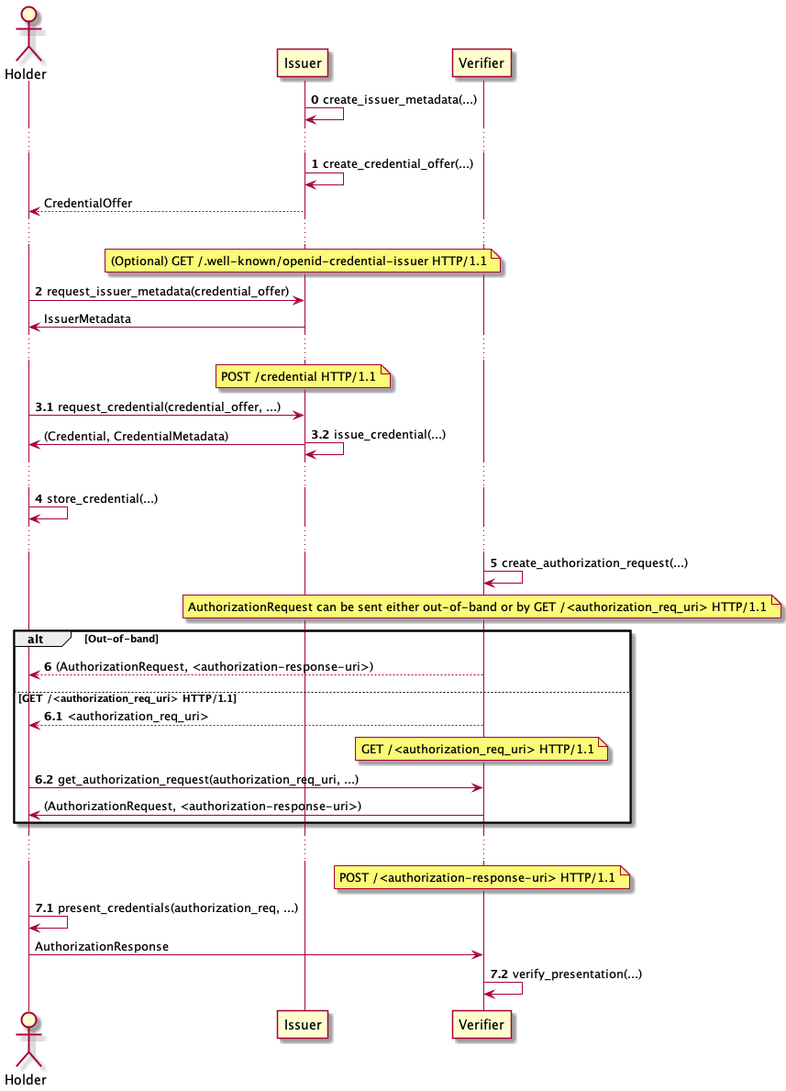
This is docs/facade-oid4vc.png from equs-ai/equs-credentials-sdk, a PlantUML export, as it was before one commit.
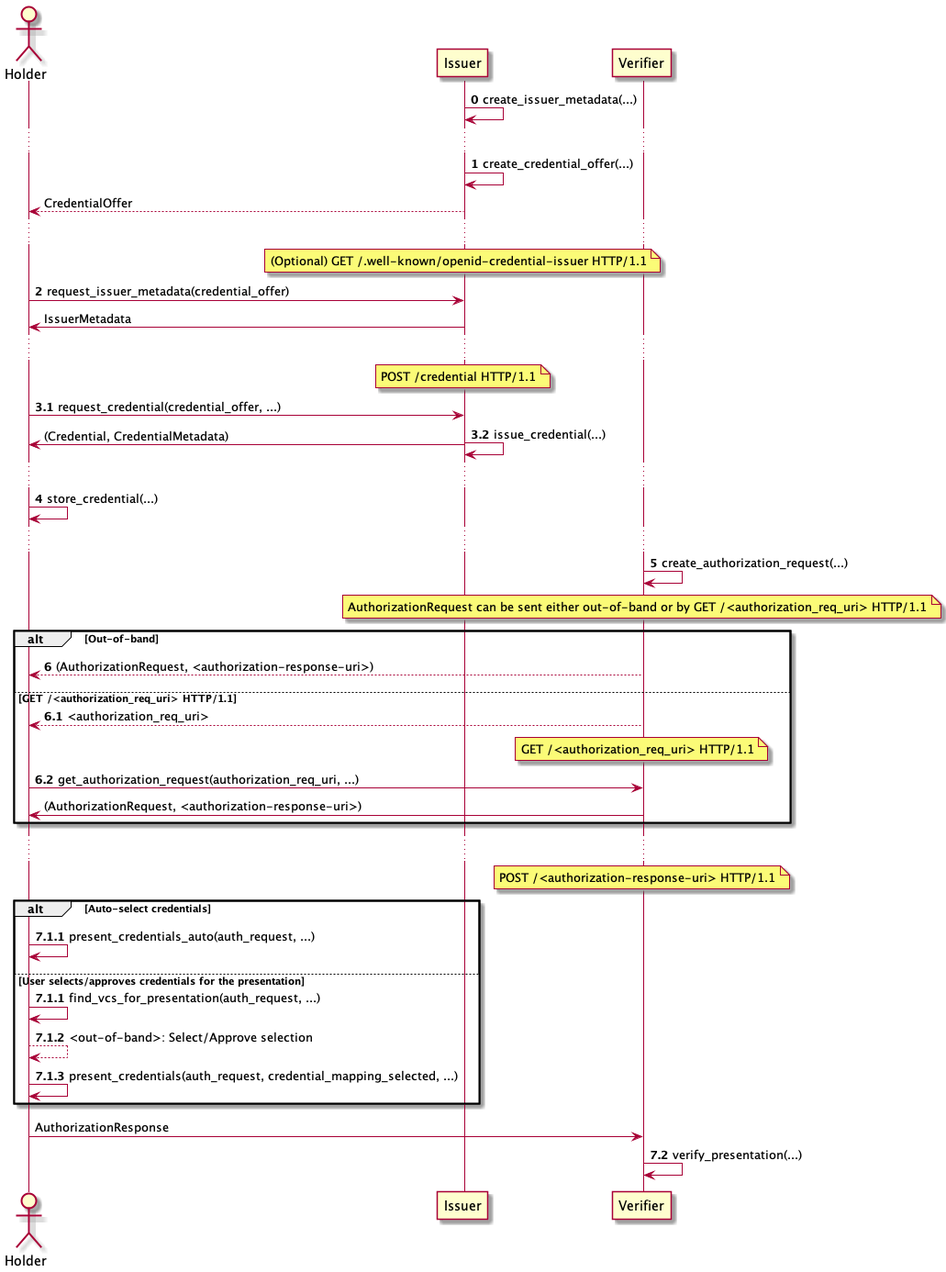
The same diagram one commit later.

Commit message:
ASDK-4: updated Holder Facade API to support optional selection/approval of VCs for the presentation

Change to the diagram source:
```diff
@@ -59,9 +59,18 @@
 
 ...
 
-autonumber 7.1
 note over V: POST /<authorization-response-uri> HTTP/1.1
-H -> H: present_credentials(authorization_req, ...)
+
+alt Auto-select credentials
+autonumber 7.1.1
+H -> H: present_credentials_auto(auth_request, ...)
+else User selects/approves credentials for the presentation
+autonumber 7.1.1
+H -> H: find_vcs_for_presentation(auth_request, ...)
+H --> H: <out-of-band>: Select/Approve selection
+H -> H: present_credentials(auth_request, credential_mapping_selected, ...)
+
+end
 autonumber stop
 H -> V: AuthorizationResponse
 autonumber 7.2
```
